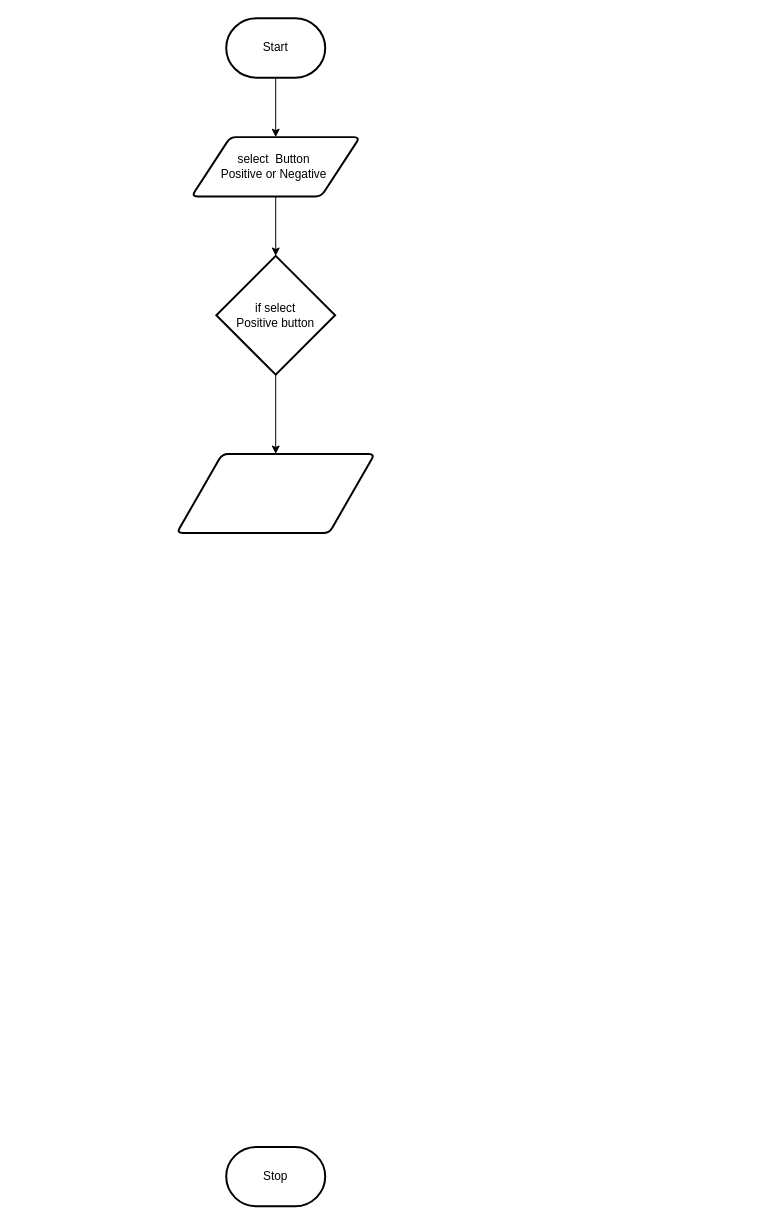
Before: design/flowchart.drawio in MTHS-ICD2O-1-2023/ICD2O-Unit-5-02-George-Khalil-29, a draw.io diagram. Source tidied: cells renumbered, new cells numbered last; positions are measured from the earlier drawing's top-left corner, leaving out a move shared by most shapes. Both pictures are drawn from the tidied source at 99%, with x=0, y=0 at pixel (176, 18).
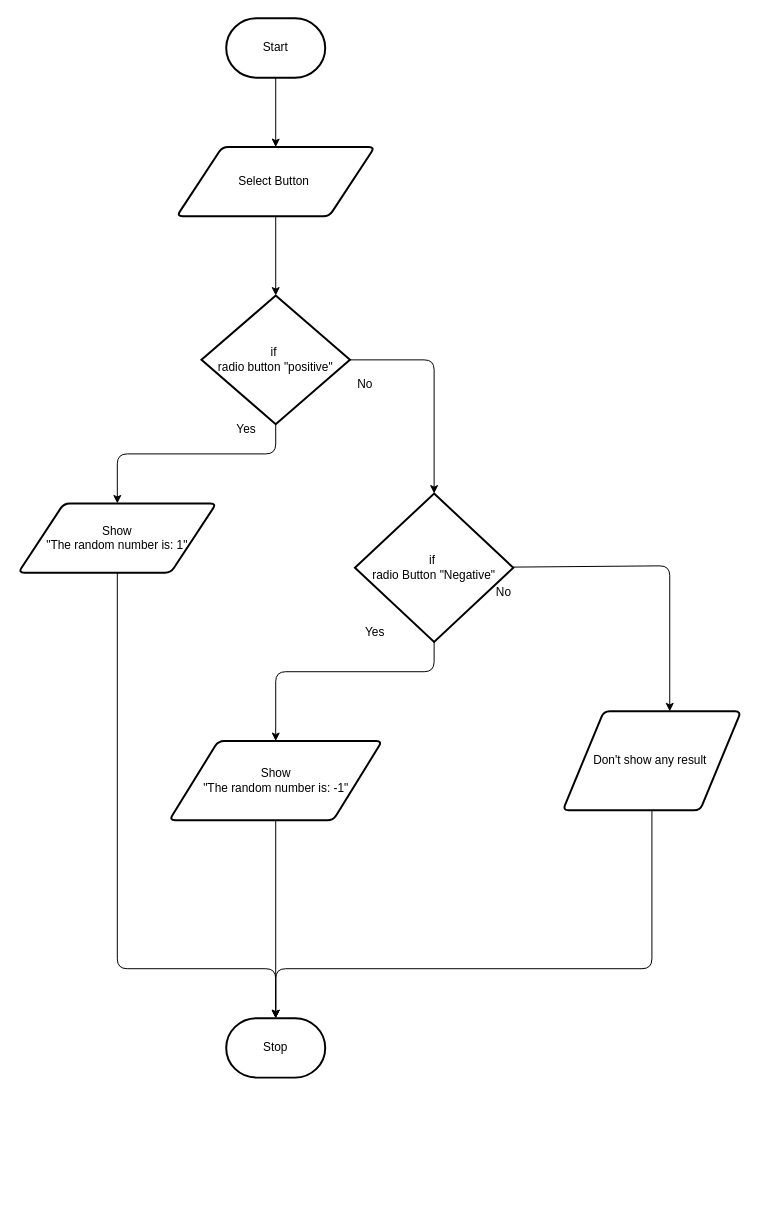
The same diagram, later.

Unchanged cells that the change refers to:
```xml
<mxCell id="3" value="Start" style="strokeWidth=2;html=1;shape=mxgraph.flowchart.terminator;whiteSpace=wrap;" parent="1" vertex="1">
  <mxGeometry x="50" width="100" height="60" as="geometry" />
</mxCell>
```

Change to the diagram source:
```diff
@@
-    <mxCell id="2" style="edgeStyle=none;html=1;" parent="1" edge="1" source="3" target="6">
-      <mxGeometry relative="1" as="geometry" />
-    </mxCell>
+    <mxCell id="10" style="edgeStyle=none;html=1;entryX=0.5;entryY=0;entryDx=0;entryDy=0;" parent="1" edge="1" source="3" target="7">
+      <mxGeometry relative="1" as="geometry" />
+    </mxCell>
@@
     <mxCell id="4" value="Stop" style="strokeWidth=2;html=1;shape=mxgraph.flowchart.terminator;whiteSpace=wrap;" parent="1" vertex="1">
-      <mxGeometry x="50" y="1140" width="100" height="60" as="geometry" />
+      <mxGeometry x="50" y="1010" width="100" height="60" as="geometry" />
     </mxCell>
-    <mxCell id="5" style="edgeStyle=none;html=1;" parent="1" edge="1" source="6" target="8">
-      <mxGeometry relative="1" as="geometry" />
-    </mxCell>
-    <mxCell id="6" value="select&amp;nbsp; Button&amp;nbsp;&lt;br&gt;Positive or Negative&amp;nbsp;" style="shape=parallelogram;html=1;strokeWidth=2;perimeter=parallelogramPerimeter;whiteSpace=wrap;rounded=1;arcSize=12;size=0.23;" parent="1" vertex="1">
-      <mxGeometry x="15" y="120" width="170" height="60" as="geometry" />
-    </mxCell>
+    <mxCell id="11" style="edgeStyle=none;html=1;entryX=0.5;entryY=0;entryDx=0;entryDy=0;entryPerimeter=0;" parent="1" edge="1" source="7" target="14">
+      <mxGeometry relative="1" as="geometry" />
+    </mxCell>
-    <mxCell id="7" style="edgeStyle=none;html=1;" parent="1" edge="1" source="8" target="9">
-      <mxGeometry relative="1" as="geometry" />
+    <mxCell id="7" value="Select Button&amp;nbsp;" style="shape=parallelogram;html=1;strokeWidth=2;perimeter=parallelogramPerimeter;whiteSpace=wrap;rounded=1;arcSize=12;size=0.23;" parent="1" vertex="1">
+      <mxGeometry y="130" width="200" height="70" as="geometry" />
     </mxCell>
-    <mxCell id="8" value="if select&lt;br&gt;&amp;nbsp;Positive button&amp;nbsp;" style="strokeWidth=2;html=1;shape=mxgraph.flowchart.decision;whiteSpace=wrap;" parent="1" vertex="1">
-      <mxGeometry x="40" y="240" width="120" height="120" as="geometry" />
-    </mxCell>
-    <mxCell id="9" style="shape=parallelogram;html=1;strokeWidth=2;perimeter=parallelogramPerimeter;whiteSpace=wrap;rounded=1;arcSize=12;size=0.23;" parent="1" vertex="1">
-      <mxGeometry y="440" width="200" height="80" as="geometry" />
-    </mxCell>
+    <mxCell id="12" style="edgeStyle=none;html=1;exitX=1;exitY=0.5;exitDx=0;exitDy=0;exitPerimeter=0;entryX=0.5;entryY=0;entryDx=0;entryDy=0;entryPerimeter=0;" parent="1" edge="1" source="14" target="21">
+      <mxGeometry relative="1" as="geometry">
+        <Array as="points">
+          <mxPoint x="260" y="345" />
+        </Array>
+      </mxGeometry>
+    </mxCell>
+    <mxCell id="13" style="edgeStyle=none;html=1;entryX=0.5;entryY=0;entryDx=0;entryDy=0;" parent="1" edge="1" source="14" target="18">
+      <mxGeometry relative="1" as="geometry">
+        <Array as="points">
+          <mxPoint x="100" y="440" />
+          <mxPoint x="-60" y="440" />
+        </Array>
+      </mxGeometry>
+    </mxCell>
+    <mxCell id="14" value="if&amp;nbsp;&lt;br&gt;radio button &quot;positive&quot;" style="strokeWidth=2;html=1;shape=mxgraph.flowchart.decision;whiteSpace=wrap;" parent="1" vertex="1">
+      <mxGeometry x="25" y="280" width="150" height="130" as="geometry" />
+    </mxCell>
+    <mxCell id="15" value="No" style="text;html=1;align=center;verticalAlign=middle;strokeColor=none;fillColor=none;" parent="1" vertex="1">
+      <mxGeometry x="170" y="355" width="40" height="30" as="geometry" />
+    </mxCell>
+    <mxCell id="16" value="Yes" style="text;html=1;align=center;verticalAlign=middle;strokeColor=none;fillColor=none;" parent="1" vertex="1">
+      <mxGeometry x="50" y="400" width="40" height="30" as="geometry" />
+    </mxCell>
+    <mxCell id="17" style="edgeStyle=none;html=1;entryX=0.5;entryY=0;entryDx=0;entryDy=0;entryPerimeter=0;" parent="1" edge="1" source="18" target="4">
+      <mxGeometry relative="1" as="geometry">
+        <Array as="points">
+          <mxPoint x="-60" y="960" />
+          <mxPoint x="100" y="960" />
+        </Array>
+      </mxGeometry>
+    </mxCell>
+    <mxCell id="18" value="Show&lt;br&gt;&quot;The random number is: 1&quot;" style="shape=parallelogram;html=1;strokeWidth=2;perimeter=parallelogramPerimeter;whiteSpace=wrap;rounded=1;arcSize=12;size=0.23;" parent="1" vertex="1">
+      <mxGeometry x="-160" y="490" width="200" height="70" as="geometry" />
+    </mxCell>
+    <mxCell id="19" style="edgeStyle=none;html=1;entryX=0.6;entryY=0;entryDx=0;entryDy=0;entryPerimeter=0;" parent="1" edge="1" source="21" target="23">
+      <mxGeometry relative="1" as="geometry">
+        <Array as="points">
+          <mxPoint x="498" y="553" />
+        </Array>
+      </mxGeometry>
+    </mxCell>
+    <mxCell id="20" style="edgeStyle=none;html=1;entryX=0.5;entryY=0;entryDx=0;entryDy=0;" parent="1" edge="1" source="21" target="25">
+      <mxGeometry relative="1" as="geometry">
+        <Array as="points">
+          <mxPoint x="260" y="660" />
+          <mxPoint x="100" y="660" />
+        </Array>
+      </mxGeometry>
+    </mxCell>
+    <mxCell id="21" value="if&amp;nbsp;&lt;br&gt;radio Button &quot;Negative&quot;" style="strokeWidth=2;html=1;shape=mxgraph.flowchart.decision;whiteSpace=wrap;" parent="1" vertex="1">
+      <mxGeometry x="180" y="480" width="160" height="150" as="geometry" />
+    </mxCell>
+    <mxCell id="22" style="edgeStyle=none;html=1;entryX=0.5;entryY=0;entryDx=0;entryDy=0;entryPerimeter=0;" parent="1" edge="1" source="23" target="4">
+      <mxGeometry relative="1" as="geometry">
+        <Array as="points">
+          <mxPoint x="480" y="960" />
+          <mxPoint x="100" y="960" />
+        </Array>
+      </mxGeometry>
+    </mxCell>
+    <mxCell id="23" value="Don't show any result&amp;nbsp;" style="shape=parallelogram;html=1;strokeWidth=2;perimeter=parallelogramPerimeter;whiteSpace=wrap;rounded=1;arcSize=12;size=0.23;" parent="1" vertex="1">
+      <mxGeometry x="390" y="700" width="180" height="100" as="geometry" />
+    </mxCell>
+    <mxCell id="24" style="edgeStyle=none;html=1;" parent="1" edge="1" source="25" target="4">
+      <mxGeometry relative="1" as="geometry" />
+    </mxCell>
+    <mxCell id="25" value="Show&lt;br&gt;&quot;The random number is: -1&quot;" style="shape=parallelogram;html=1;strokeWidth=2;perimeter=parallelogramPerimeter;whiteSpace=wrap;rounded=1;arcSize=12;size=0.23;" parent="1" vertex="1">
+      <mxGeometry x="-7.5" y="730" width="215" height="80" as="geometry" />
+    </mxCell>
+    <mxCell id="26" value="No" style="text;html=1;align=center;verticalAlign=middle;strokeColor=none;fillColor=none;" parent="1" vertex="1">
+      <mxGeometry x="310" y="565" width="40" height="30" as="geometry" />
+    </mxCell>
+    <mxCell id="27" value="Yes" style="text;html=1;align=center;verticalAlign=middle;strokeColor=none;fillColor=none;" parent="1" vertex="1">
+      <mxGeometry x="180" y="605" width="40" height="30" as="geometry" />
+    </mxCell>
```
